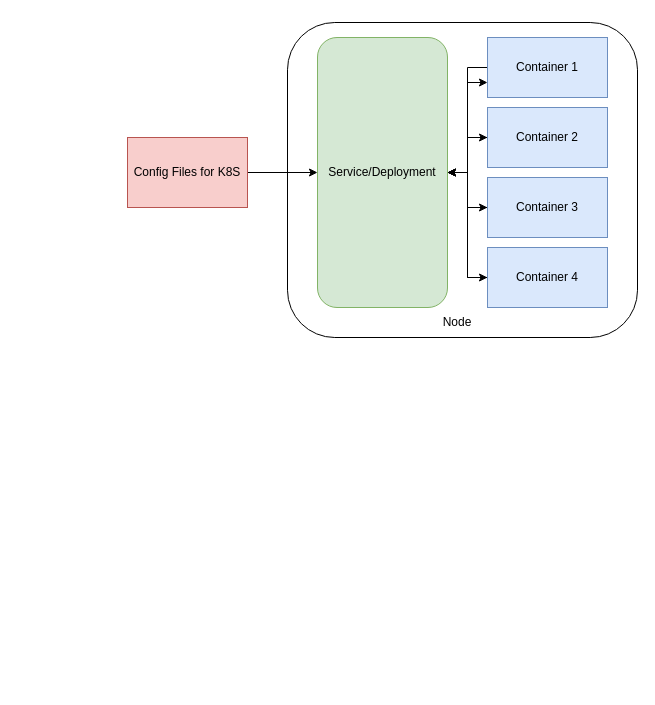
Before: cts prodigi.drawio in AnmolVerma404/draw.io, a draw.io diagram. Source tidied: cells renumbered, new cells numbered last; positions are measured from the earlier drawing's top-left corner, leaving out a move shared by most shapes. Both pictures are drawn from the tidied source at 100%, with x=0, y=0 at pixel (127, 22).
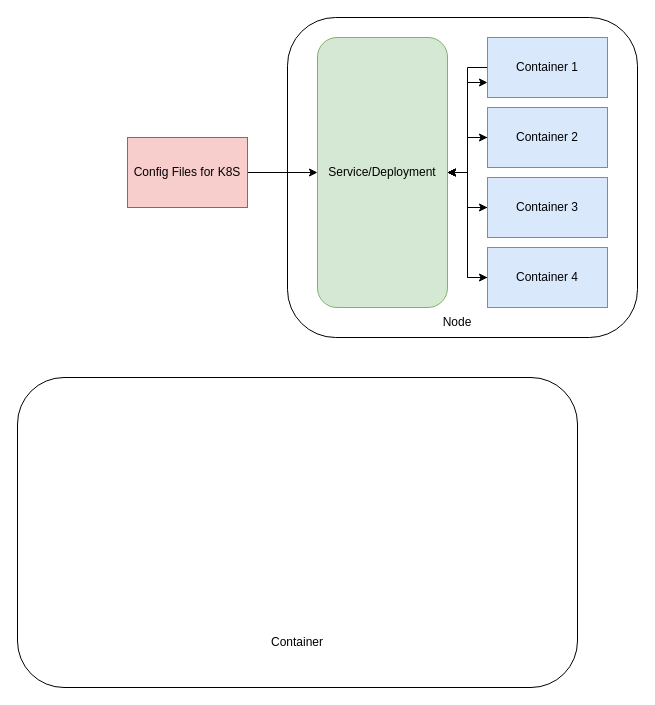
The same page after the edit.

What changed in the source:
```diff
@@
     <mxCell id="2" style="rounded=1;whiteSpace=wrap;html=1;" parent="1" vertex="1">
-      <mxGeometry x="160" width="350" height="315" as="geometry" />
+      <mxGeometry x="160" y="-5" width="350" height="320" as="geometry" />
     </mxCell>
@@
+    <mxCell id="19" style="rounded=1;whiteSpace=wrap;html=1;" parent="1" vertex="1">
+      <mxGeometry x="-110" y="355" width="560" height="310" as="geometry" />
+    </mxCell>
+    <mxCell id="20" value="Container" style="text;html=1;strokeColor=none;fillColor=none;align=center;verticalAlign=middle;whiteSpace=wrap;rounded=0;" parent="1" vertex="1">
+      <mxGeometry x="140" y="605" width="60" height="30" as="geometry" />
+    </mxCell>
```
